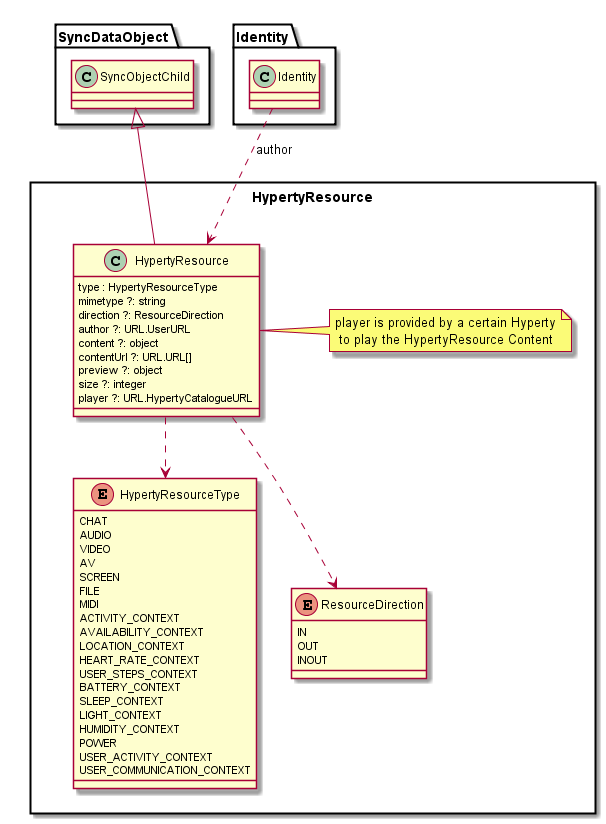
The PlantUML diagram datamodel/core/hyperty-resource/Hyperty-Resource-Data-Object-Model.png in reTHINK-project/specs, before a commit.
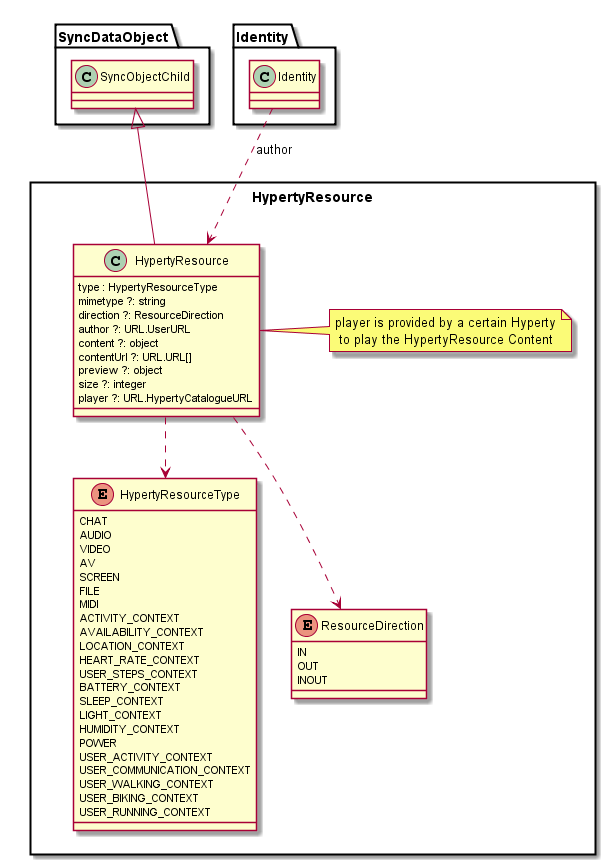
Later version of the same file.

Commit message:
Hyperty Resource Data Model: added walking, running and biking user context types

The edit, as a diff of the source:
```diff
@@ -36,6 +36,9 @@
 		POWER
 		USER_ACTIVITY_CONTEXT
 		USER_COMMUNICATION_CONTEXT
+		USER_WALKING_CONTEXT
+		USER_BIKING_CONTEXT
+		USER_RUNNING_CONTEXT
 	}
 
 	enum ResourceDirection {
```
